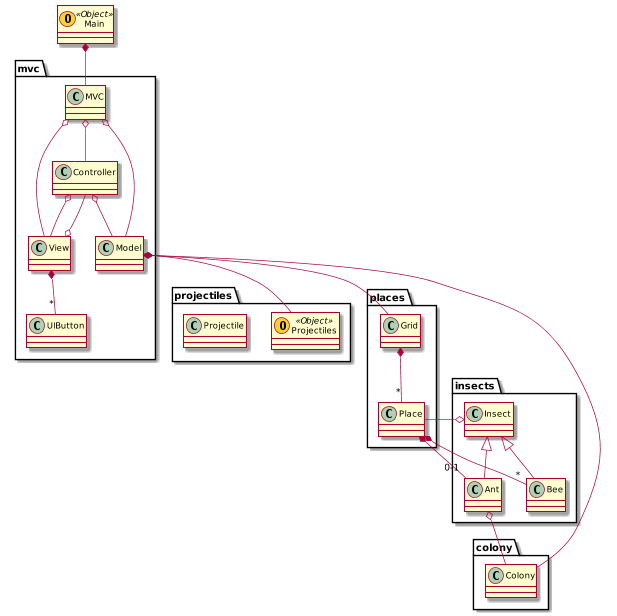
This is rapport/classDiagram.png from fdemoor/prog1p3, a PlantUML export, as it was before one commit.
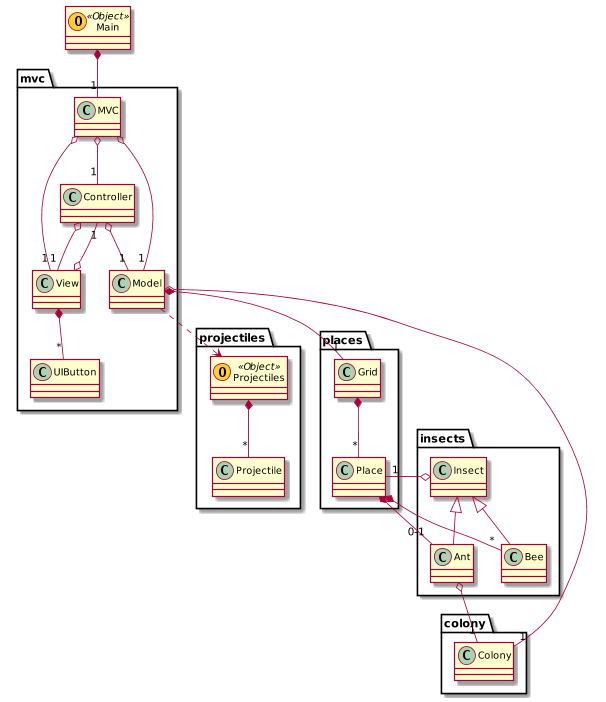
After the change.

The edit, as a diff of the source:
```diff
@@ -25,27 +25,29 @@
 class Colony
 }
 
-Main *-- MVC
-MVC o-- Model
-MVC o-- Controller
-MVC o-- View
-Controller o-- Model
-Controller o-- View
-View o-- Controller
+Main *-- "1" MVC
+MVC o-- "1" Model
+MVC o-- "1" Controller
+MVC o-- "1" View
+Controller o-- "1" Model
+Controller o-- "1" View
+View o-- "1" Controller
 View *-- "*" UIButton
 
-Model o-- Colony
-Model *-- Grid
-Model o-- Projectiles
+Model o-- "1" Colony
+Model *-- "1" Grid
+Model ..> Projectiles
 
 Grid *-- "*" Place
 Place *-- "0-1" Ant
 Place *-- "*" Bee
 
-Insect o-- Place
-Ant o-- Colony
+Insect o-- "1" Place
+Ant o-- "1" Colony
 
 Insect <|-- Ant
 Insect <|-- Bee
 
+Projectiles *-- "*" Projectile
+
 @enduml
```
